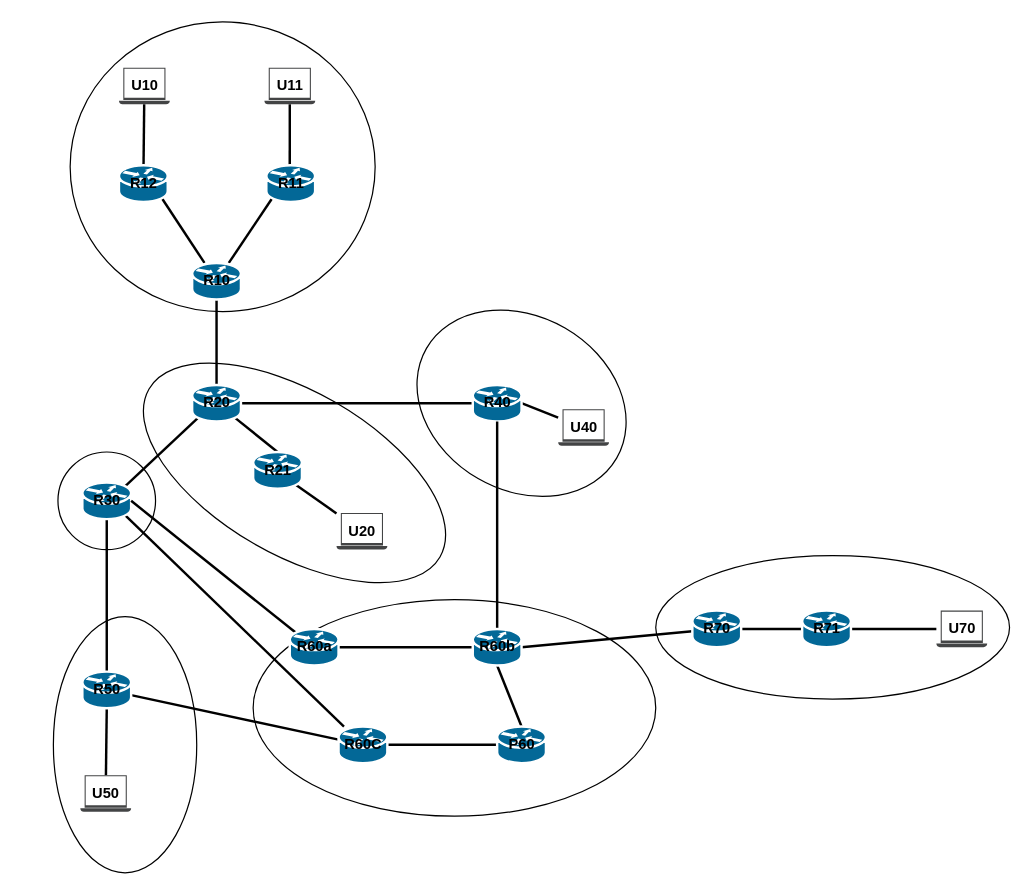
The draw.io diagram NE_P1.drawio in SkYF4Il/SkYF4Il, before the edit. Source tidied: cells renumbered, new cells numbered last; positions are measured from the earlier drawing's top-left corner, leaving out a move shared by most shapes. Both pictures are drawn from the tidied source at 122%, with x=0, y=0 at pixel (-4, 21).
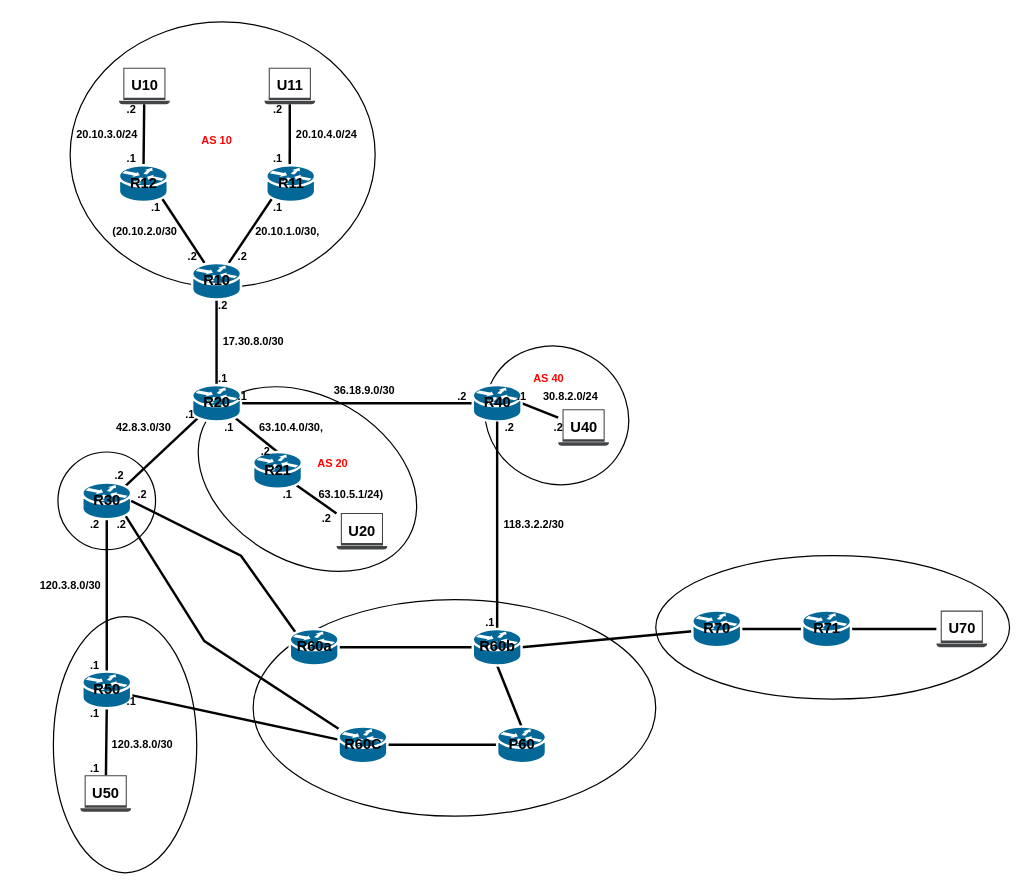
Above is the later version.

The change refers to these unchanged cells:
```xml
<mxCell id="27" value="&lt;b&gt;R30&lt;/b&gt;" style="shape=mxgraph.cisco.routers.router;sketch=0;html=1;dashed=0;fillColor=#036897;strokeColor=#ffffff;strokeWidth=2;verticalLabelPosition=middle;verticalAlign=middle;align=center;outlineConnect=0;labelPosition=center;" parent="1" vertex="1">
  <mxGeometry x="70" y="378" width="40" height="30" as="geometry" />
</mxCell>
<mxCell id="33" value="&lt;b&gt;R60a&lt;/b&gt;" style="shape=mxgraph.cisco.routers.router;sketch=0;html=1;dashed=0;fillColor=#036897;strokeColor=#ffffff;strokeWidth=2;verticalLabelPosition=middle;verticalAlign=middle;align=center;outlineConnect=0;labelPosition=center;labelBackgroundColor=none;" parent="1" vertex="1">
  <mxGeometry x="240" y="498" width="40" height="30" as="geometry" />
</mxCell>
<mxCell id="47" value="&lt;b&gt;R60C&lt;/b&gt;" style="shape=mxgraph.cisco.routers.router;sketch=0;html=1;dashed=0;fillColor=#036897;strokeColor=#ffffff;strokeWidth=2;verticalLabelPosition=middle;verticalAlign=middle;align=center;outlineConnect=0;labelPosition=center;labelBackgroundColor=none;" parent="1" vertex="1">
  <mxGeometry x="280" y="578" width="40" height="30" as="geometry" />
</mxCell>
```

Diff of the diagram source:
```diff
@@
     <mxCell id="4" style="ellipse;whiteSpace=wrap;html=1;labelBackgroundColor=none;fillColor=none;rotation=30;" parent="1" vertex="1">
-      <mxGeometry x="340" y="241.8" width="180" height="142.5" as="geometry" />
+      <mxGeometry x="398.8" y="267.3" width="120" height="111.4" as="geometry" />
     </mxCell>
@@
     <mxCell id="6" style="ellipse;whiteSpace=wrap;html=1;labelBackgroundColor=none;fillColor=none;rotation=0;" parent="1" vertex="1">
-      <mxGeometry x="60" y="0.5" width="250" height="237.5" as="geometry" />
+      <mxGeometry x="60" y="0.5" width="250" height="217.5" as="geometry" />
     </mxCell>
@@
     <mxCell id="8" style="ellipse;whiteSpace=wrap;html=1;labelBackgroundColor=none;fillColor=none;rotation=30;" parent="1" vertex="1">
-      <mxGeometry x="106.2" y="303.3" width="275.4" height="133.7" as="geometry" />
+      <mxGeometry x="158.8" y="307.5" width="191.4" height="135.4" as="geometry" />
     </mxCell>
@@
     <mxCell id="26" style="edgeStyle=none;rounded=0;jettySize=auto;html=1;exitX=0.88;exitY=0.9;exitDx=0;exitDy=0;exitPerimeter=0;endArrow=none;endFill=0;strokeWidth=2;" parent="1" edge="1" source="27" target="47">
-      <mxGeometry relative="1" as="geometry" />
+      <mxGeometry relative="1" as="geometry">
+        <Array as="points">
+          <mxPoint x="170" y="508" />
+        </Array>
+      </mxGeometry>
     </mxCell>
@@
     <mxCell id="32" style="edgeStyle=none;rounded=0;jettySize=auto;html=1;exitX=0.12;exitY=0.1;exitDx=0;exitDy=0;exitPerimeter=0;entryX=1;entryY=0.5;entryDx=0;entryDy=0;entryPerimeter=0;endArrow=none;endFill=0;strokeWidth=2;" parent="1" edge="1" source="33" target="27">
-      <mxGeometry relative="1" as="geometry" />
+      <mxGeometry relative="1" as="geometry">
+        <Array as="points">
+          <mxPoint x="200" y="438" />
+        </Array>
+      </mxGeometry>
     </mxCell>
@@
+    <mxCell id="52" value="&lt;font style=&quot;font-size: 9px;&quot;&gt;17.30.8.0/30&lt;/font&gt;" style="text;strokeColor=none;fillColor=none;html=1;fontSize=9;fontStyle=1;verticalAlign=middle;align=center;" parent="1" vertex="1">
+      <mxGeometry x="170" y="258" width="80" height="10" as="geometry" />
+    </mxCell>
+    <mxCell id="53" value=".2" style="text;strokeColor=none;fillColor=none;html=1;fontSize=9;fontStyle=1;verticalAlign=middle;align=center;" parent="1" vertex="1">
+      <mxGeometry x="145" y="228" width="80" height="10" as="geometry" />
+    </mxCell>
+    <mxCell id="54" value=".1" style="text;strokeColor=none;fillColor=none;html=1;fontSize=9;fontStyle=1;verticalAlign=middle;align=center;" parent="1" vertex="1">
+      <mxGeometry x="145" y="288" width="80" height="10" as="geometry" />
+    </mxCell>
+    <mxCell id="55" value="20.10.1.0/30," style="text;strokeColor=none;fillColor=none;html=1;fontSize=9;fontStyle=1;verticalAlign=middle;align=center;" parent="1" vertex="1">
+      <mxGeometry x="198.3" y="168" width="80" height="10" as="geometry" />
+    </mxCell>
+    <mxCell id="56" value="(20.10.2.0/30" style="text;strokeColor=none;fillColor=none;html=1;fontSize=9;fontStyle=1;verticalAlign=middle;align=center;" parent="1" vertex="1">
+      <mxGeometry x="80.8" y="168" width="80" height="10" as="geometry" />
+    </mxCell>
+    <mxCell id="57" value=".2" style="text;strokeColor=none;fillColor=none;html=1;fontSize=9;fontStyle=1;verticalAlign=middle;align=center;" parent="1" vertex="1">
+      <mxGeometry x="160.8" y="188" width="80" height="10" as="geometry" />
+    </mxCell>
+    <mxCell id="58" value=".2" style="text;strokeColor=none;fillColor=none;html=1;fontSize=9;fontStyle=1;verticalAlign=middle;align=center;" parent="1" vertex="1">
+      <mxGeometry x="120" y="188" width="80" height="10" as="geometry" />
+    </mxCell>
+    <mxCell id="59" value=".1" style="text;strokeColor=none;fillColor=none;html=1;fontSize=9;fontStyle=1;verticalAlign=middle;align=center;" parent="1" vertex="1">
+      <mxGeometry x="90" y="148" width="80" height="10" as="geometry" />
+    </mxCell>
+    <mxCell id="60" value=".1" style="text;strokeColor=none;fillColor=none;html=1;fontSize=9;fontStyle=1;verticalAlign=middle;align=center;" parent="1" vertex="1">
+      <mxGeometry x="190" y="148" width="80" height="10" as="geometry" />
+    </mxCell>
+    <mxCell id="61" value=".1" style="text;strokeColor=none;fillColor=none;html=1;fontSize=9;fontStyle=1;verticalAlign=middle;align=center;" parent="1" vertex="1">
+      <mxGeometry x="190" y="108" width="80" height="10" as="geometry" />
+    </mxCell>
+    <mxCell id="62" value=".1" style="text;strokeColor=none;fillColor=none;html=1;fontSize=9;fontStyle=1;verticalAlign=middle;align=center;" parent="1" vertex="1">
+      <mxGeometry x="70" y="108" width="80" height="10" as="geometry" />
+    </mxCell>
+    <mxCell id="63" value=".2" style="text;strokeColor=none;fillColor=none;html=1;fontSize=9;fontStyle=1;verticalAlign=middle;align=center;" parent="1" vertex="1">
+      <mxGeometry x="190" y="68" width="80" height="10" as="geometry" />
+    </mxCell>
+    <mxCell id="64" value=".2" style="text;strokeColor=none;fillColor=none;html=1;fontSize=9;fontStyle=1;verticalAlign=middle;align=center;" parent="1" vertex="1">
+      <mxGeometry x="70" y="68" width="80" height="10" as="geometry" />
+    </mxCell>
+    <mxCell id="65" value="20.10.3.0/24" style="text;strokeColor=none;fillColor=none;html=1;fontSize=9;fontStyle=1;verticalAlign=middle;align=center;" parent="1" vertex="1">
+      <mxGeometry x="50" y="88" width="80" height="10" as="geometry" />
+    </mxCell>
+    <mxCell id="66" value="&lt;font style=&quot;font-size: 9px;&quot;&gt;20.10.4.0/24&lt;/font&gt;" style="text;strokeColor=none;fillColor=none;html=1;fontSize=9;fontStyle=1;verticalAlign=middle;align=center;" parent="1" vertex="1">
+      <mxGeometry x="230" y="88" width="80" height="10" as="geometry" />
+    </mxCell>
+    <mxCell id="67" value="AS 10" style="text;strokeColor=none;fillColor=none;html=1;fontSize=9;fontStyle=1;verticalAlign=middle;align=center;fontColor=#FF0000;" parent="1" vertex="1">
+      <mxGeometry x="130" y="78" width="100" height="40" as="geometry" />
+    </mxCell>
+    <mxCell id="68" value="&lt;font style=&quot;font-size: 9px;&quot;&gt;42.8.3.0/30&lt;/font&gt;" style="text;strokeColor=none;fillColor=none;html=1;fontSize=9;fontStyle=1;verticalAlign=middle;align=center;" parent="1" vertex="1">
+      <mxGeometry x="80" y="328" width="80" height="10" as="geometry" />
+    </mxCell>
+    <mxCell id="69" value="&lt;font style=&quot;font-size: 9px;&quot;&gt;36.18.9.0/30&lt;/font&gt;" style="text;strokeColor=none;fillColor=none;html=1;fontSize=9;fontStyle=1;verticalAlign=middle;align=center;" parent="1" vertex="1">
+      <mxGeometry x="260.8" y="298" width="80" height="10" as="geometry" />
+    </mxCell>
+    <mxCell id="70" value="&lt;font style=&quot;font-size: 9px;&quot;&gt;63.10.4.0/30,&lt;/font&gt;" style="text;strokeColor=none;fillColor=none;html=1;fontSize=9;fontStyle=1;verticalAlign=middle;align=center;" parent="1" vertex="1">
+      <mxGeometry x="200.8" y="328" width="80" height="10" as="geometry" />
+    </mxCell>
+    <mxCell id="71" value="&lt;font style=&quot;font-size: 9px;&quot;&gt;63.10.5.1/24)&lt;/font&gt;" style="text;strokeColor=none;fillColor=none;html=1;fontSize=9;fontStyle=1;verticalAlign=middle;align=center;" parent="1" vertex="1">
+      <mxGeometry x="250" y="383" width="80" height="10" as="geometry" />
+    </mxCell>
+    <mxCell id="72" value=".1" style="text;strokeColor=none;fillColor=none;html=1;fontSize=9;fontStyle=1;verticalAlign=middle;align=center;" parent="1" vertex="1">
+      <mxGeometry x="118.3" y="318" width="80" height="10" as="geometry" />
+    </mxCell>
+    <mxCell id="73" value=".1" style="text;strokeColor=none;fillColor=none;html=1;fontSize=9;fontStyle=1;verticalAlign=middle;align=center;" parent="1" vertex="1">
+      <mxGeometry x="150" y="328" width="80" height="10" as="geometry" />
+    </mxCell>
+    <mxCell id="74" value=".2" style="text;strokeColor=none;fillColor=none;html=1;fontSize=9;fontStyle=1;verticalAlign=middle;align=center;" parent="1" vertex="1">
+      <mxGeometry x="180" y="348" width="80" height="10" as="geometry" />
+    </mxCell>
+    <mxCell id="75" value=".1" style="text;strokeColor=none;fillColor=none;html=1;fontSize=9;fontStyle=1;verticalAlign=middle;align=center;" parent="1" vertex="1">
+      <mxGeometry x="198.3" y="383" width="80" height="10" as="geometry" />
+    </mxCell>
+    <mxCell id="76" value=".2" style="text;strokeColor=none;fillColor=none;html=1;fontSize=9;fontStyle=1;verticalAlign=middle;align=center;" parent="1" vertex="1">
+      <mxGeometry x="230" y="403" width="80" height="10" as="geometry" />
+    </mxCell>
+    <mxCell id="77" value=".2" style="text;strokeColor=none;fillColor=none;html=1;fontSize=9;fontStyle=1;verticalAlign=middle;align=center;" parent="1" vertex="1">
+      <mxGeometry x="60" y="368" width="80" height="10" as="geometry" />
+    </mxCell>
+    <mxCell id="78" value=".1" style="text;strokeColor=none;fillColor=none;html=1;fontSize=9;fontStyle=1;verticalAlign=middle;align=center;" parent="1" vertex="1">
+      <mxGeometry x="160.8" y="303.3" width="80" height="10" as="geometry" />
+    </mxCell>
+    <mxCell id="79" value=".2" style="text;strokeColor=none;fillColor=none;html=1;fontSize=9;fontStyle=1;verticalAlign=middle;align=center;" parent="1" vertex="1">
+      <mxGeometry x="340.8" y="303.3" width="80" height="10" as="geometry" />
+    </mxCell>
+    <mxCell id="80" value="AS 20" style="text;strokeColor=none;fillColor=none;html=1;fontSize=9;fontStyle=1;verticalAlign=middle;align=center;fontColor=#FF0000;" parent="1" vertex="1">
+      <mxGeometry x="225" y="343" width="100" height="40" as="geometry" />
+    </mxCell>
+    <mxCell id="81" value="&lt;font style=&quot;font-size: 9px;&quot;&gt;120.3.8.0/30&lt;/font&gt;" style="text;strokeColor=none;fillColor=none;html=1;fontSize=9;fontStyle=1;verticalAlign=middle;align=center;" parent="1" vertex="1">
+      <mxGeometry x="20" y="458" width="80" height="10" as="geometry" />
+    </mxCell>
+    <mxCell id="82" value=".1" style="text;strokeColor=none;fillColor=none;html=1;fontSize=9;fontStyle=1;verticalAlign=middle;align=center;" parent="1" vertex="1">
+      <mxGeometry x="40" y="523" width="80" height="10" as="geometry" />
+    </mxCell>
+    <mxCell id="83" value=".2" style="text;strokeColor=none;fillColor=none;html=1;fontSize=9;fontStyle=1;verticalAlign=middle;align=center;" parent="1" vertex="1">
+      <mxGeometry x="40" y="408" width="80" height="10" as="geometry" />
+    </mxCell>
+    <mxCell id="84" value=".2" style="text;strokeColor=none;fillColor=none;html=1;fontSize=9;fontStyle=1;verticalAlign=middle;align=center;" parent="1" vertex="1">
+      <mxGeometry x="78.8" y="383" width="80" height="10" as="geometry" />
+    </mxCell>
+    <mxCell id="85" value=".2" style="text;strokeColor=none;fillColor=none;html=1;fontSize=9;fontStyle=1;verticalAlign=middle;align=center;" parent="1" vertex="1">
+      <mxGeometry x="61.7" y="408" width="80" height="10" as="geometry" />
+    </mxCell>
+    <mxCell id="86" value="&lt;font style=&quot;font-size: 9px;&quot;&gt;30.8.2.0/24&lt;/font&gt;" style="text;strokeColor=none;fillColor=none;html=1;fontSize=9;fontStyle=1;verticalAlign=middle;align=center;" parent="1" vertex="1">
+      <mxGeometry x="430" y="303.3" width="80" height="10" as="geometry" />
+    </mxCell>
+    <mxCell id="87" value="&lt;font style=&quot;font-size: 9px;&quot;&gt;118.3.2.2/30&lt;/font&gt;" style="text;strokeColor=none;fillColor=none;html=1;fontSize=9;fontStyle=1;verticalAlign=middle;align=center;" parent="1" vertex="1">
+      <mxGeometry x="400" y="408" width="80" height="10" as="geometry" />
+    </mxCell>
+    <mxCell id="88" value=".1" style="text;strokeColor=none;fillColor=none;html=1;fontSize=9;fontStyle=1;verticalAlign=middle;align=center;" parent="1" vertex="1">
+      <mxGeometry x="390" y="303.3" width="80" height="10" as="geometry" />
+    </mxCell>
+    <mxCell id="89" value=".2" style="text;strokeColor=none;fillColor=none;html=1;fontSize=9;fontStyle=1;verticalAlign=middle;align=center;" parent="1" vertex="1">
+      <mxGeometry x="380" y="328" width="80" height="10" as="geometry" />
+    </mxCell>
+    <mxCell id="90" value=".2" style="text;strokeColor=none;fillColor=none;html=1;fontSize=9;fontStyle=1;verticalAlign=middle;align=center;" parent="1" vertex="1">
+      <mxGeometry x="420" y="328" width="80" height="10" as="geometry" />
+    </mxCell>
+    <mxCell id="91" value=".1" style="text;strokeColor=none;fillColor=none;html=1;fontSize=9;fontStyle=1;verticalAlign=middle;align=center;" parent="1" vertex="1">
+      <mxGeometry x="364" y="488" width="80" height="10" as="geometry" />
+    </mxCell>
+    <mxCell id="92" value="AS 40" style="text;strokeColor=none;fillColor=none;html=1;fontSize=9;fontStyle=1;verticalAlign=middle;align=center;fontColor=#FF0000;" parent="1" vertex="1">
+      <mxGeometry x="401.7" y="273" width="100" height="40" as="geometry" />
+    </mxCell>
+    <mxCell id="93" value="&lt;font style=&quot;font-size: 9px;&quot;&gt;120.3.8.0/30&lt;/font&gt;" style="text;strokeColor=none;fillColor=none;html=1;fontSize=9;fontStyle=1;verticalAlign=middle;align=center;" parent="1" vertex="1">
+      <mxGeometry x="78.8" y="588" width="80" height="10" as="geometry" />
+    </mxCell>
+    <mxCell id="94" value=".1" style="text;strokeColor=none;fillColor=none;html=1;fontSize=9;fontStyle=1;verticalAlign=middle;align=center;" parent="1" vertex="1">
+      <mxGeometry x="40" y="563" width="80" height="10" as="geometry" />
+    </mxCell>
+    <mxCell id="95" value=".1" style="text;strokeColor=none;fillColor=none;html=1;fontSize=9;fontStyle=1;verticalAlign=middle;align=center;" parent="1" vertex="1">
+      <mxGeometry x="70" y="553" width="80" height="10" as="geometry" />
+    </mxCell>
+    <mxCell id="96" value=".1" style="text;strokeColor=none;fillColor=none;html=1;fontSize=9;fontStyle=1;verticalAlign=middle;align=center;" parent="1" vertex="1">
+      <mxGeometry x="40" y="608" width="80" height="10" as="geometry" />
+    </mxCell>
```
